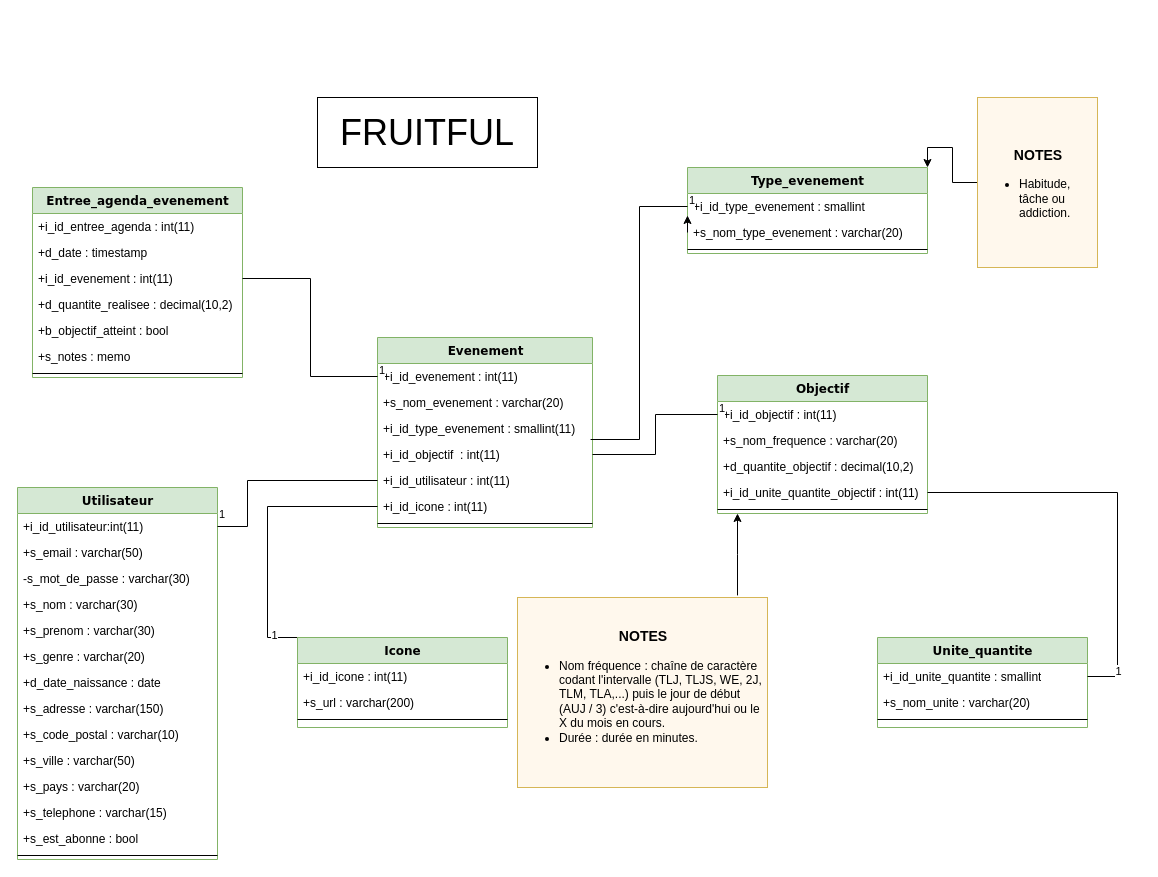
Earlier version of the draw.io diagram BDD/SQL.drawio (RomainVReco/fruitful-app). Source tidied: cells renumbered, new cells numbered last; positions are measured from the earlier drawing's top-left corner, leaving out a move shared by most shapes. Both pictures are drawn from the tidied source at 100%, with x=0, y=0 at pixel (17, 97).
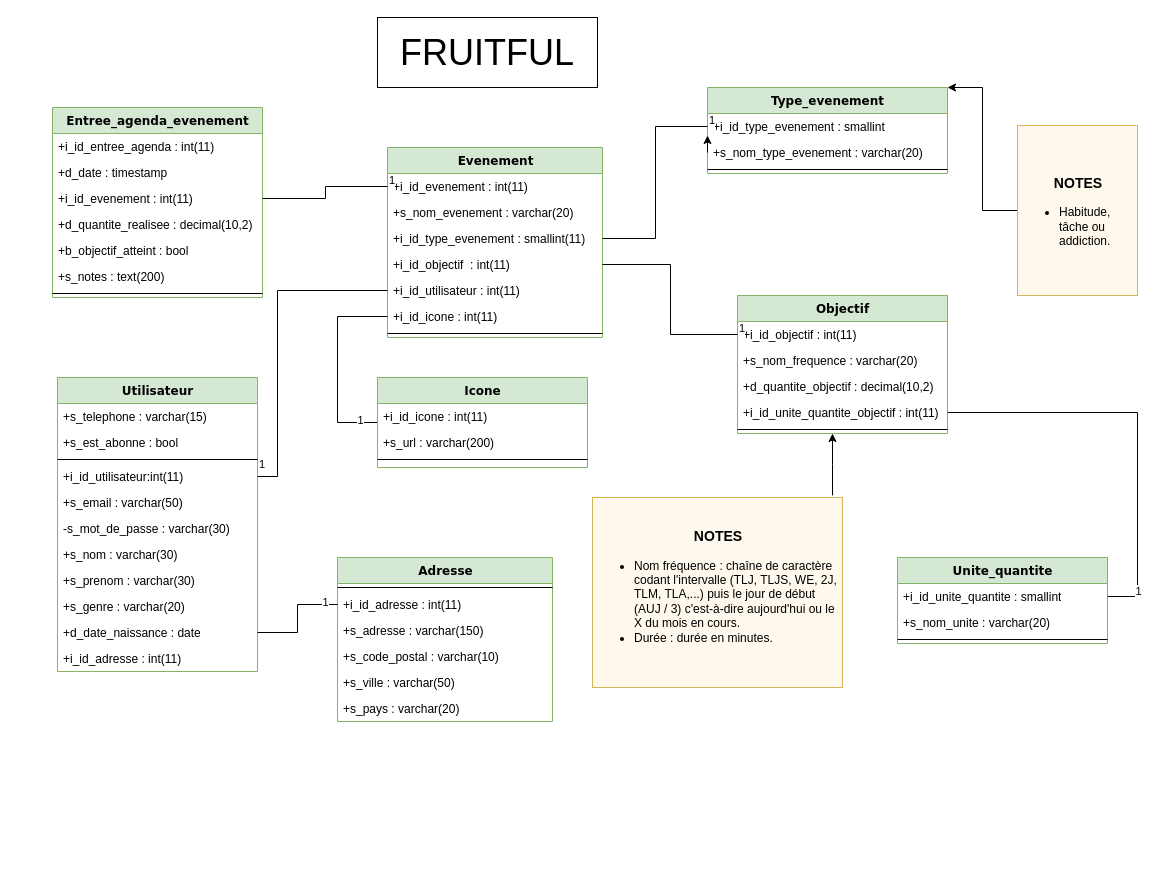
The same page after the edit.

Commit message (it also covers changes not shown here):
Correction bugs fichier SQL, ajout table adresse et MAJ diagramme.

Unchanged cells that the change refers to:
```xml
<mxCell id="18" value="+i_id_type_evenement : smallint" style="text;html=1;strokeColor=none;fillColor=none;align=left;verticalAlign=top;spacingLeft=4;spacingRight=4;whiteSpace=wrap;overflow=hidden;points=[[0,0.5],[1,0.5]];portConstraint=eastwest;" parent="17" vertex="1">
  <mxGeometry y="26" width="240" height="26" as="geometry" />
</mxCell>
<mxCell id="26" value="+i_id_unite_quantite_objectif : int(11)" style="text;html=1;strokeColor=none;fillColor=none;align=left;verticalAlign=top;spacingLeft=4;spacingRight=4;whiteSpace=wrap;overflow=hidden;points=[[0,0.5],[1,0.5]];portConstraint=eastwest;" parent="22" vertex="1">
  <mxGeometry y="104" width="210" height="26" as="geometry" />
</mxCell>
<mxCell id="41" value="+i_id_type_evenement : smallint(11)" style="text;html=1;strokeColor=none;fillColor=none;align=left;verticalAlign=top;spacingLeft=4;spacingRight=4;whiteSpace=wrap;overflow=hidden;points=[[0,0.5],[1,0.5]];portConstraint=eastwest;" parent="38" vertex="1">
  <mxGeometry y="78" width="215" height="26" as="geometry" />
</mxCell>
<mxCell id="43" value="+i_id_utilisateur : int(11)" style="text;html=1;strokeColor=none;fillColor=none;align=left;verticalAlign=top;spacingLeft=4;spacingRight=4;whiteSpace=wrap;overflow=hidden;points=[[0,0.5],[1,0.5]];portConstraint=eastwest;" parent="38" vertex="1">
  <mxGeometry y="130" width="215" height="26" as="geometry" />
</mxCell>
<mxCell id="44" value="+i_id_icone : int(11)" style="text;html=1;strokeColor=none;fillColor=none;align=left;verticalAlign=top;spacingLeft=4;spacingRight=4;whiteSpace=wrap;overflow=hidden;points=[[0,0.5],[1,0.5]];portConstraint=eastwest;" parent="38" vertex="1">
  <mxGeometry y="156" width="215" height="26" as="geometry" />
</mxCell>
<mxCell id="54" value="+i_id_unite_quantite : smallint" style="text;html=1;strokeColor=none;fillColor=none;align=left;verticalAlign=top;spacingLeft=4;spacingRight=4;whiteSpace=wrap;overflow=hidden;points=[[0,0.5],[1,0.5]];portConstraint=eastwest;" parent="53" vertex="1">
  <mxGeometry y="26" width="210" height="26" as="geometry" />
</mxCell>
```

Change to the diagram source:
```diff
@@
     <mxCell id="2" value="Utilisateur" style="swimlane;html=1;fontStyle=1;align=center;verticalAlign=top;horizontal=1;startSize=26;swimlaneFillColor=#ffffff;rounded=0;shadow=0;comic=0;labelBackgroundColor=none;strokeWidth=1;fillColor=#d5e8d4;fontFamily=Verdana;fontSize=12;strokeColor=#82b366;" parent="1" vertex="1">
-      <mxGeometry y="390" width="200" height="372" as="geometry" />
+      <mxGeometry x="40" y="280" width="200" height="294" as="geometry" />
     </mxCell>
+    <mxCell id="14" value="+s_telephone : varchar(15)" style="text;html=1;strokeColor=none;fillColor=none;align=left;verticalAlign=top;spacingLeft=4;spacingRight=4;whiteSpace=wrap;overflow=hidden;" parent="2" vertex="1">
+      <mxGeometry y="26" width="200" height="26" as="geometry" />
+    </mxCell>
+    <mxCell id="15" value="+s_est_abonne : bool" style="text;html=1;strokeColor=none;fillColor=none;align=left;verticalAlign=top;spacingLeft=4;spacingRight=4;whiteSpace=wrap;overflow=hidden;" parent="2" vertex="1">
+      <mxGeometry y="52" width="200" height="26" as="geometry" />
+    </mxCell>
+    <mxCell id="16" style="line;html=1;strokeWidth=1;fillColor=none;align=left;verticalAlign=middle;spacingTop=-1;spacingLeft=3;spacingRight=3;labelPosition=right;" parent="2" vertex="1">
+      <mxGeometry y="78" width="200" height="8" as="geometry" />
+    </mxCell>
     <mxCell id="3" value="+i_id_utilisateur:int(11)&lt;div&gt;&lt;br&gt;&lt;/div&gt;" style="text;html=1;strokeColor=none;fillColor=none;align=left;verticalAlign=top;spacingLeft=4;spacingRight=4;whiteSpace=wrap;overflow=hidden;points=[[0,0.5],[1,0.5]];portConstraint=eastwest;" parent="2" vertex="1">
-      <mxGeometry y="26" width="200" height="26" as="geometry" />
+      <mxGeometry y="86" width="200" height="26" as="geometry" />
     </mxCell>
     <mxCell id="4" value="+s_email : varchar(50)" style="text;html=1;strokeColor=none;fillColor=none;align=left;verticalAlign=top;spacingLeft=4;spacingRight=4;whiteSpace=wrap;overflow=hidden;" parent="2" vertex="1">
-      <mxGeometry y="52" width="200" height="26" as="geometry" />
+      <mxGeometry y="112" width="200" height="26" as="geometry" />
     </mxCell>
     <mxCell id="5" value="-s_mot_de_passe : varchar(30)" style="text;html=1;strokeColor=none;fillColor=none;align=left;verticalAlign=top;spacingLeft=4;spacingRight=4;whiteSpace=wrap;overflow=hidden;" parent="2" vertex="1">
-      <mxGeometry y="78" width="200" height="26" as="geometry" />
+      <mxGeometry y="138" width="200" height="26" as="geometry" />
     </mxCell>
     <mxCell id="6" value="+s_nom : varchar(30)" style="text;html=1;strokeColor=none;fillColor=none;align=left;verticalAlign=top;spacingLeft=4;spacingRight=4;whiteSpace=wrap;overflow=hidden;" parent="2" vertex="1">
-      <mxGeometry y="104" width="200" height="26" as="geometry" />
+      <mxGeometry y="164" width="200" height="26" as="geometry" />
     </mxCell>
     <mxCell id="7" value="+s_pre&lt;span style=&quot;background-color: initial;&quot;&gt;nom : varchar(30)&lt;/span&gt;" style="text;html=1;strokeColor=none;fillColor=none;align=left;verticalAlign=top;spacingLeft=4;spacingRight=4;whiteSpace=wrap;overflow=hidden;" parent="2" vertex="1">
-      <mxGeometry y="130" width="200" height="26" as="geometry" />
+      <mxGeometry y="190" width="200" height="26" as="geometry" />
     </mxCell>
     <mxCell id="8" value="+s_genre : varchar(20)" style="text;html=1;strokeColor=none;fillColor=none;align=left;verticalAlign=top;spacingLeft=4;spacingRight=4;whiteSpace=wrap;overflow=hidden;" parent="2" vertex="1">
-      <mxGeometry y="156" width="200" height="26" as="geometry" />
+      <mxGeometry y="216" width="200" height="26" as="geometry" />
     </mxCell>
     <mxCell id="9" value="+d_date_naissance : date" style="text;html=1;strokeColor=none;fillColor=none;align=left;verticalAlign=top;spacingLeft=4;spacingRight=4;whiteSpace=wrap;overflow=hidden;points=[[0,0.5],[1,0.5]];portConstraint=eastwest;" parent="2" vertex="1">
-      <mxGeometry y="182" width="200" height="26" as="geometry" />
+      <mxGeometry y="242" width="200" height="26" as="geometry" />
     </mxCell>
-    <mxCell id="10" value="+s_adresse : varchar(150)" style="text;html=1;strokeColor=none;fillColor=none;align=left;verticalAlign=top;spacingLeft=4;spacingRight=4;whiteSpace=wrap;overflow=hidden;" parent="2" vertex="1">
-      <mxGeometry y="208" width="200" height="26" as="geometry" />
-    </mxCell>
-    <mxCell id="11" value="+s_code_postal : varchar(10)" style="text;html=1;strokeColor=none;fillColor=none;align=left;verticalAlign=top;spacingLeft=4;spacingRight=4;whiteSpace=wrap;overflow=hidden;" parent="2" vertex="1">
-      <mxGeometry y="234" width="200" height="26" as="geometry" />
-    </mxCell>
-    <mxCell id="12" value="+s_ville : varchar(50)" style="text;html=1;strokeColor=none;fillColor=none;align=left;verticalAlign=top;spacingLeft=4;spacingRight=4;whiteSpace=wrap;overflow=hidden;" parent="2" vertex="1">
-      <mxGeometry y="260" width="200" height="26" as="geometry" />
-    </mxCell>
-    <mxCell id="13" value="+s_pays : varchar(20)" style="text;html=1;strokeColor=none;fillColor=none;align=left;verticalAlign=top;spacingLeft=4;spacingRight=4;whiteSpace=wrap;overflow=hidden;" parent="2" vertex="1">
-      <mxGeometry y="286" width="200" height="26" as="geometry" />
-    </mxCell>
-    <mxCell id="14" value="+s_telephone : varchar(15)" style="text;html=1;strokeColor=none;fillColor=none;align=left;verticalAlign=top;spacingLeft=4;spacingRight=4;whiteSpace=wrap;overflow=hidden;" parent="2" vertex="1">
-      <mxGeometry y="312" width="200" height="26" as="geometry" />
-    </mxCell>
-    <mxCell id="15" value="+s_est_abonne : bool" style="text;html=1;strokeColor=none;fillColor=none;align=left;verticalAlign=top;spacingLeft=4;spacingRight=4;whiteSpace=wrap;overflow=hidden;" parent="2" vertex="1">
-      <mxGeometry y="338" width="200" height="26" as="geometry" />
-    </mxCell>
-    <mxCell id="16" style="line;html=1;strokeWidth=1;fillColor=none;align=left;verticalAlign=middle;spacingTop=-1;spacingLeft=3;spacingRight=3;labelPosition=right;" parent="2" vertex="1">
-      <mxGeometry y="364" width="200" height="8" as="geometry" />
-    </mxCell>
+    <mxCell id="65" value="+i_id_adresse : int(11)" style="text;html=1;strokeColor=none;fillColor=none;align=left;verticalAlign=top;spacingLeft=4;spacingRight=4;whiteSpace=wrap;overflow=hidden;" parent="2" vertex="1">
+      <mxGeometry y="268" width="200" height="26" as="geometry" />
+    </mxCell>
     <mxCell id="17" value="Type_evenement" style="swimlane;html=1;fontStyle=1;align=center;verticalAlign=top;horizontal=1;startSize=26;swimlaneFillColor=#ffffff;rounded=0;shadow=0;comic=0;labelBackgroundColor=none;strokeWidth=1;fillColor=#d5e8d4;fontFamily=Verdana;fontSize=12;strokeColor=#82b366;" parent="1" vertex="1">
-      <mxGeometry x="670" y="70" width="240" height="86" as="geometry" />
+      <mxGeometry x="690" y="-10" width="240" height="86" as="geometry" />
     </mxCell>
@@
     <mxCell id="22" value="Objectif" style="swimlane;html=1;fontStyle=1;align=center;verticalAlign=top;horizontal=1;startSize=26;swimlaneFillColor=#ffffff;rounded=0;shadow=0;comic=0;labelBackgroundColor=none;strokeWidth=1;fillColor=#d5e8d4;fontFamily=Verdana;fontSize=12;strokeColor=#82b366;" parent="1" vertex="1">
-      <mxGeometry x="700" y="278" width="210" height="138" as="geometry" />
+      <mxGeometry x="720" y="198" width="210" height="138" as="geometry" />
     </mxCell>
@@
     <mxCell id="28" value="Entree_agenda_evenement" style="swimlane;html=1;fontStyle=1;align=center;verticalAlign=top;horizontal=1;startSize=26;swimlaneFillColor=#ffffff;rounded=0;shadow=0;comic=0;labelBackgroundColor=none;strokeWidth=1;fillColor=#d5e8d4;fontFamily=Verdana;fontSize=12;strokeColor=#82b366;" parent="1" vertex="1">
-      <mxGeometry x="15" y="90" width="210" height="190" as="geometry" />
+      <mxGeometry x="35" y="10" width="210" height="190" as="geometry" />
     </mxCell>
@@
-    <mxCell id="34" value="+s_notes : memo" style="text;html=1;strokeColor=none;fillColor=none;align=left;verticalAlign=top;spacingLeft=4;spacingRight=4;whiteSpace=wrap;overflow=hidden;" parent="28" vertex="1">
+    <mxCell id="34" value="+s_notes : text(200)" style="text;html=1;strokeColor=none;fillColor=none;align=left;verticalAlign=top;spacingLeft=4;spacingRight=4;whiteSpace=wrap;overflow=hidden;" parent="28" vertex="1">
       <mxGeometry y="156" width="210" height="26" as="geometry" />
     </mxCell>
@@
-    <mxCell id="36" style="edgeStyle=elbowEdgeStyle;rounded=0;jettySize=auto;html=1;exitX=0.88;exitY=-0.011;exitDx=0;exitDy=0;exitPerimeter=0;" parent="1" edge="1" source="37" target="22">
-      <mxGeometry relative="1" as="geometry" />
+    <mxCell id="36" style="edgeStyle=elbowEdgeStyle;rounded=0;jettySize=auto;html=1;exitX=0.88;exitY=-0.011;exitDx=0;exitDy=0;exitPerimeter=0;" parent="1" edge="1" target="22">
+      <mxGeometry relative="1" as="geometry">
+        <mxPoint x="815" y="397.9" as="sourcePoint" />
+      </mxGeometry>
     </mxCell>
     <mxCell id="37" value="&lt;h3 style=&quot;text-align: center;&quot;&gt;NOTES&lt;/h3&gt;&lt;div&gt;&lt;ul&gt;&lt;li&gt;Nom fréquence : chaîne de caractère codant l'intervalle (TLJ, TLJS, WE, 2J, TLM, TLA,...) puis le jour de début (AUJ / 3) c'est-à-dire aujourd'hui ou le X du mois en cours.&lt;/li&gt;&lt;li&gt;Durée : durée en minutes.&lt;/li&gt;&lt;/ul&gt;&lt;div&gt;&lt;br&gt;&lt;/div&gt;&lt;/div&gt;" style="text;html=1;align=left;verticalAlign=middle;whiteSpace=wrap;rounded=0;strokeColor=#d6b656;fillColor=#FFF8ED;" parent="1" vertex="1">
-      <mxGeometry x="500" y="500" width="250" height="190" as="geometry" />
+      <mxGeometry x="575" y="400" width="250" height="190" as="geometry" />
     </mxCell>
     <mxCell id="38" value="Evenement" style="swimlane;html=1;fontStyle=1;align=center;verticalAlign=top;horizontal=1;startSize=26;swimlaneFillColor=#ffffff;rounded=0;shadow=0;comic=0;labelBackgroundColor=none;strokeWidth=1;fillColor=#d5e8d4;fontFamily=Verdana;fontSize=12;strokeColor=#82b366;" parent="1" vertex="1">
-      <mxGeometry x="360" y="240" width="215" height="190" as="geometry" />
+      <mxGeometry x="370" y="50" width="215" height="190" as="geometry" />
     </mxCell>
@@
-    <mxCell id="47" value="1" style="endArrow=none;html=1;endSize=12;startArrow=none;startSize=14;startFill=0;edgeStyle=elbowEdgeStyle;align=left;verticalAlign=bottom;rounded=0;endFill=0;entryX=0.991;entryY=0.923;entryDx=0;entryDy=0;entryPerimeter=0;" parent="1" edge="1" source="18" target="41">
+    <mxCell id="47" value="1" style="endArrow=none;html=1;endSize=12;startArrow=none;startSize=14;startFill=0;edgeStyle=elbowEdgeStyle;align=left;verticalAlign=bottom;rounded=0;endFill=0;entryX=1;entryY=0.5;entryDx=0;entryDy=0;" parent="1" edge="1" source="18" target="41">
       <mxGeometry x="-1" y="3" relative="1" as="geometry" />
     </mxCell>
     <mxCell id="48" value="1" style="endArrow=none;html=1;endSize=12;startArrow=none;startSize=14;startFill=0;edgeStyle=elbowEdgeStyle;align=left;verticalAlign=bottom;rounded=0;endFill=0;" parent="1" edge="1" source="3" target="43">
       <mxGeometry x="-1" y="3" relative="1" as="geometry">
         <Array as="points">
-          <mxPoint x="230" y="410" />
+          <mxPoint x="260" y="330" />
         </Array>
       </mxGeometry>
     </mxCell>
@@
-    <mxCell id="50" style="edgeStyle=orthogonalEdgeStyle;rounded=0;jettySize=auto;html=1;entryX=1;entryY=0;entryDx=0;entryDy=0;" parent="1" edge="1" source="51" target="17">
+    <mxCell id="50" style="edgeStyle=elbowEdgeStyle;rounded=0;jettySize=auto;html=1;entryX=1;entryY=0;entryDx=0;entryDy=0;" parent="1" edge="1" source="51" target="17">
       <mxGeometry relative="1" as="geometry" />
     </mxCell>
     <mxCell id="51" value="&lt;h3 style=&quot;text-align: center;&quot;&gt;NOTES&lt;/h3&gt;&lt;div&gt;&lt;ul&gt;&lt;li&gt;Habitude, tâche ou addiction.&lt;/li&gt;&lt;/ul&gt;&lt;/div&gt;" style="text;html=1;align=left;verticalAlign=middle;whiteSpace=wrap;rounded=0;strokeColor=#d6b656;fillColor=#FFF8ED;" parent="1" vertex="1">
-      <mxGeometry x="960" width="120" height="170" as="geometry" />
+      <mxGeometry x="1000" y="28" width="120" height="170" as="geometry" />
     </mxCell>
     <mxCell id="52" value="&lt;font style=&quot;font-size: 36px;&quot;&gt;FRUITFUL&lt;/font&gt;" style="html=1;whiteSpace=wrap;" parent="1" vertex="1">
-      <mxGeometry x="300" width="220" height="70" as="geometry" />
+      <mxGeometry x="360" y="-80" width="220" height="70" as="geometry" />
     </mxCell>
     <mxCell id="53" value="Unite_quantite" style="swimlane;html=1;fontStyle=1;align=center;verticalAlign=top;horizontal=1;startSize=26;swimlaneFillColor=#ffffff;rounded=0;shadow=0;comic=0;labelBackgroundColor=none;strokeWidth=1;fillColor=#d5e8d4;fontFamily=Verdana;fontSize=12;strokeColor=#82b366;" parent="1" vertex="1">
-      <mxGeometry x="860" y="540" width="210" height="90" as="geometry" />
+      <mxGeometry x="880" y="460" width="210" height="86" as="geometry" />
     </mxCell>
@@
     <mxCell id="57" style="edgeStyle=elbowEdgeStyle;rounded=0;jettySize=auto;html=1;endArrow=none;endFill=0;" parent="1" edge="1" source="54" target="26">
       <mxGeometry relative="1" as="geometry">
         <Array as="points">
-          <mxPoint x="1100" y="490" />
+          <mxPoint x="1120" y="410" />
         </Array>
       </mxGeometry>
     </mxCell>
@@
     <mxCell id="59" style="edgeStyle=elbowEdgeStyle;rounded=0;jettySize=auto;html=1;endArrow=none;endFill=0;" parent="1" edge="1" source="61" target="44">
       <mxGeometry relative="1" as="geometry">
         <Array as="points">
-          <mxPoint x="250" y="540" />
+          <mxPoint x="320" y="270" />
         </Array>
       </mxGeometry>
     </mxCell>
@@
     <mxCell id="61" value="Icone" style="swimlane;html=1;fontStyle=1;align=center;verticalAlign=top;horizontal=1;startSize=26;swimlaneFillColor=#ffffff;rounded=0;shadow=0;comic=0;labelBackgroundColor=none;strokeWidth=1;fillColor=#d5e8d4;fontFamily=Verdana;fontSize=12;strokeColor=#82b366;" parent="1" vertex="1">
-      <mxGeometry x="280" y="540" width="210" height="90" as="geometry" />
+      <mxGeometry x="360" y="280" width="210" height="90" as="geometry" />
     </mxCell>
@@
+    <mxCell id="66" value="Adresse" style="swimlane;html=1;fontStyle=1;align=center;verticalAlign=top;horizontal=1;startSize=26;swimlaneFillColor=#ffffff;rounded=0;shadow=0;comic=0;labelBackgroundColor=none;strokeWidth=1;fillColor=#d5e8d4;fontFamily=Verdana;fontSize=12;strokeColor=#82b366;" parent="1" vertex="1">
+      <mxGeometry x="320" y="460" width="215" height="164" as="geometry" />
+    </mxCell>
+    <mxCell id="67" style="line;html=1;strokeWidth=1;fillColor=none;align=left;verticalAlign=middle;spacingTop=-1;spacingLeft=3;spacingRight=3;labelPosition=right;" parent="66" vertex="1">
+      <mxGeometry y="26" width="215" height="8" as="geometry" />
+    </mxCell>
+    <mxCell id="68" value="+i_id_adresse : int(11)" style="text;html=1;strokeColor=none;fillColor=none;align=left;verticalAlign=top;spacingLeft=4;spacingRight=4;whiteSpace=wrap;overflow=hidden;points=[[0,0.5],[1,0.5]];portConstraint=eastwest;" parent="66" vertex="1">
+      <mxGeometry y="34" width="215" height="26" as="geometry" />
+    </mxCell>
+    <mxCell id="10" value="+s_adresse : varchar(150)" style="text;html=1;strokeColor=none;fillColor=none;align=left;verticalAlign=top;spacingLeft=4;spacingRight=4;whiteSpace=wrap;overflow=hidden;" parent="66" vertex="1">
+      <mxGeometry y="60" width="215" height="26" as="geometry" />
+    </mxCell>
+    <mxCell id="11" value="+s_code_postal : varchar(10)" style="text;html=1;strokeColor=none;fillColor=none;align=left;verticalAlign=top;spacingLeft=4;spacingRight=4;whiteSpace=wrap;overflow=hidden;" parent="66" vertex="1">
+      <mxGeometry y="86" width="215" height="26" as="geometry" />
+    </mxCell>
+    <mxCell id="12" value="+s_ville : varchar(50)" style="text;html=1;strokeColor=none;fillColor=none;align=left;verticalAlign=top;spacingLeft=4;spacingRight=4;whiteSpace=wrap;overflow=hidden;" parent="66" vertex="1">
+      <mxGeometry y="112" width="215" height="26" as="geometry" />
+    </mxCell>
+    <mxCell id="13" value="+s_pays : varchar(20)" style="text;html=1;strokeColor=none;fillColor=none;align=left;verticalAlign=top;spacingLeft=4;spacingRight=4;whiteSpace=wrap;overflow=hidden;" parent="66" vertex="1">
+      <mxGeometry y="138" width="215" height="26" as="geometry" />
+    </mxCell>
+    <mxCell id="69" style="edgeStyle=orthogonalEdgeStyle;rounded=0;jettySize=auto;html=1;endArrow=none;endFill=0;" parent="1" edge="1" source="9" target="68">
+      <mxGeometry relative="1" as="geometry" />
+    </mxCell>
+    <mxCell id="70" value="1" style="edgeLabel;html=1;align=center;verticalAlign=middle;" parent="69" vertex="1">
+      <mxGeometry x="0.75" y="3" relative="1" as="geometry" />
+    </mxCell>
```
